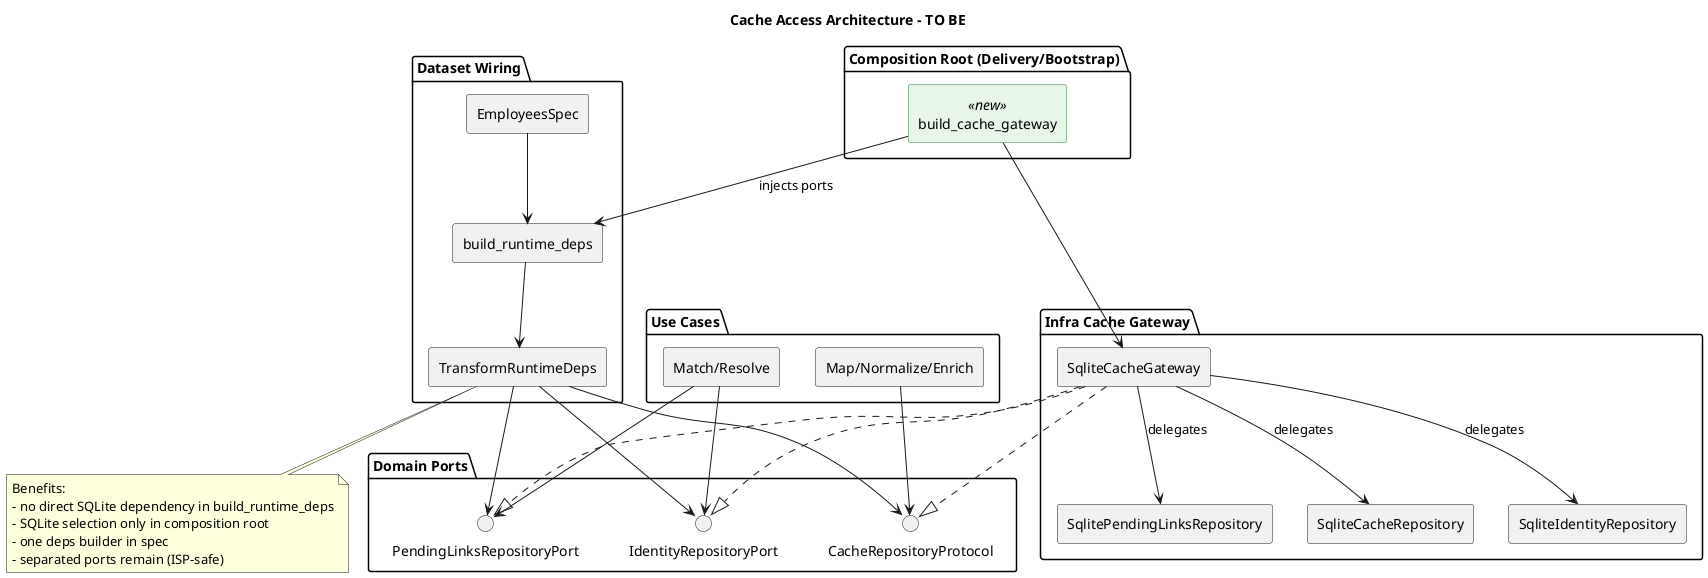
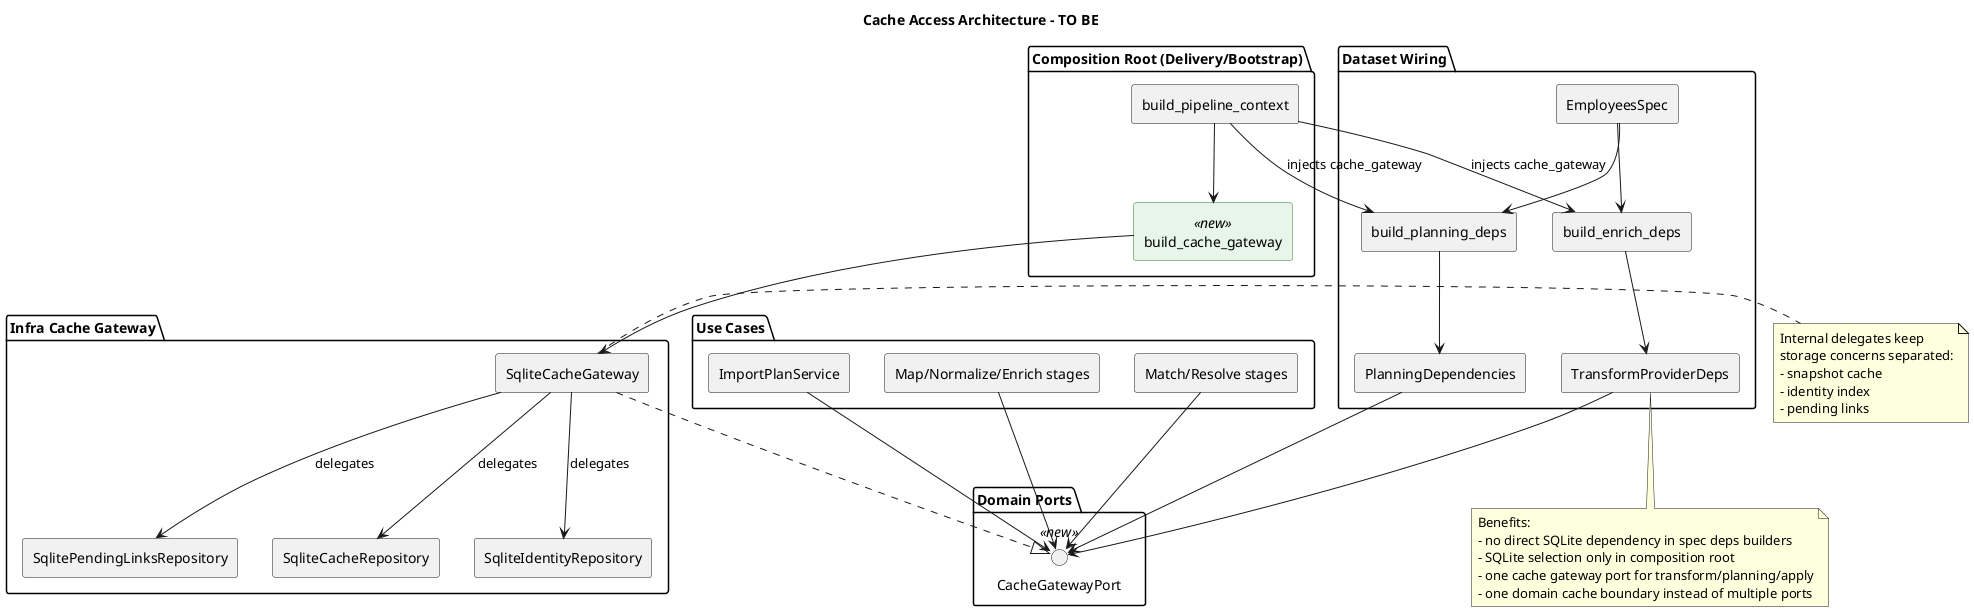
@startuml
title Cache Access Architecture - TO BE

skinparam componentStyle rectangle
skinparam defaultFontName Arial
skinparam component<<new>> {
  BackgroundColor #E8F5E9
  BorderColor #2E7D32
}

package "Dataset Wiring" {
  [EmployeesSpec] as EmployeesSpec
-   [build_runtime_deps] as BuildRuntimeDeps
-   [TransformRuntimeDeps] as RuntimeDeps
+   [build_enrich_deps] as BuildEnrichDeps
+   [build_planning_deps] as BuildPlanningDeps
+   [TransformProviderDeps] as TransformDeps
+   [PlanningDependencies] as PlanningDeps
}

package "Composition Root (Delivery/Bootstrap)" {
  [build_cache_gateway] <<new>> as BuildCacheGateway
+   [build_pipeline_context] as BuildPipelineContext
}

package "Domain Ports" {
-   interface "CacheRepositoryProtocol" as CacheRepoPort
-   interface "IdentityRepositoryPort" as IdentityRepoPort
-   interface "PendingLinksRepositoryPort" as PendingRepoPort
+   interface "CacheGatewayPort" <<new>> as CacheGatewayPort
}

package "Infra Cache Gateway" {
  [SqliteCacheGateway] as SqliteGateway
  [SqliteCacheRepository] as SqliteCacheRepo
  [SqliteIdentityRepository] as SqliteIdentityRepo
  [SqlitePendingLinksRepository] as SqlitePendingRepo
}

package "Use Cases" {
-   [Map/Normalize/Enrich] as TransformStages
-   [Match/Resolve] as PlanningStages
+   [Map/Normalize/Enrich stages] as TransformStages
+   [Match/Resolve stages] as PlanningStages
+   [ImportPlanService] as ImportPlanService
}

- EmployeesSpec --> BuildRuntimeDeps
- BuildRuntimeDeps --> RuntimeDeps
+ EmployeesSpec --> BuildEnrichDeps
+ EmployeesSpec --> BuildPlanningDeps
+ BuildEnrichDeps --> TransformDeps
+ BuildPlanningDeps --> PlanningDeps
BuildCacheGateway --> SqliteGateway
- BuildCacheGateway --> BuildRuntimeDeps : injects ports
+ BuildPipelineContext --> BuildCacheGateway
+ BuildPipelineContext --> BuildEnrichDeps : injects cache_gateway
+ BuildPipelineContext --> BuildPlanningDeps : injects cache_gateway

- SqliteGateway ..|> CacheRepoPort
- SqliteGateway ..|> IdentityRepoPort
- SqliteGateway ..|> PendingRepoPort
+ SqliteGateway ..|> CacheGatewayPort
SqliteGateway --> SqliteCacheRepo : delegates
SqliteGateway --> SqliteIdentityRepo : delegates
SqliteGateway --> SqlitePendingRepo : delegates

- RuntimeDeps --> CacheRepoPort
- RuntimeDeps --> IdentityRepoPort
- RuntimeDeps --> PendingRepoPort
+ TransformDeps --> CacheGatewayPort
+ PlanningDeps --> CacheGatewayPort

- TransformStages --> CacheRepoPort
- PlanningStages --> IdentityRepoPort
- PlanningStages --> PendingRepoPort
+ TransformStages --> CacheGatewayPort
+ PlanningStages --> CacheGatewayPort
+ ImportPlanService --> CacheGatewayPort

- note bottom of RuntimeDeps
+ note bottom of TransformDeps
Benefits:
- - no direct SQLite dependency in build_runtime_deps
+ - no direct SQLite dependency in spec deps builders
- SQLite selection only in composition root
- - one deps builder in spec
- - separated ports remain (ISP-safe)
+ - one cache gateway port for transform/planning/apply
+ - one domain cache boundary instead of multiple ports
+ end note
+ 
+ note right of SqliteGateway
+ Internal delegates keep
+ storage concerns separated:
+ - snapshot cache
+ - identity index
+ - pending links
end note

@enduml
